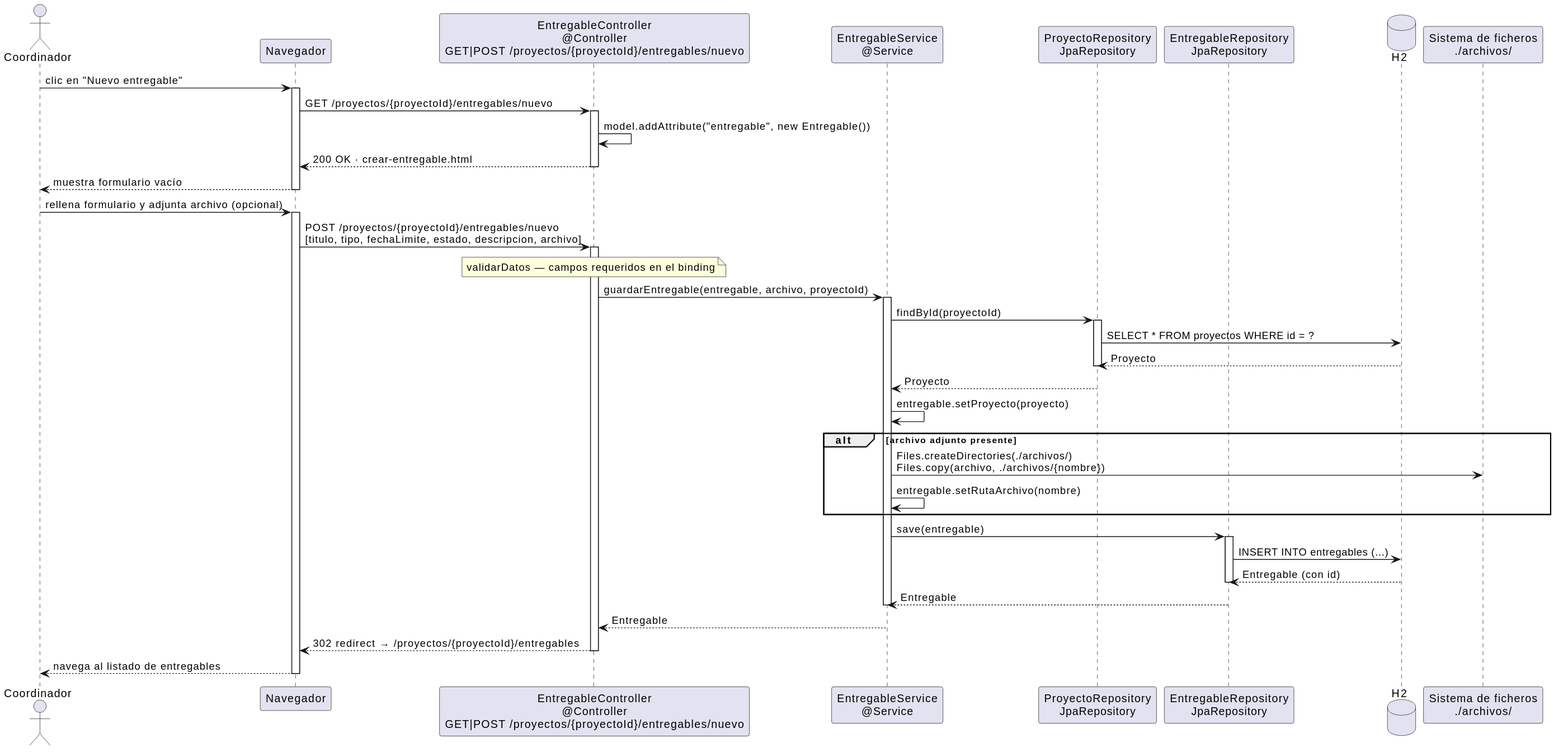
This is images/diseño/coordinador/crearEntregable-diseño.svg from 31Diego/25-26-idsw2-sdVC, a PlantUML export, as it was before one commit.
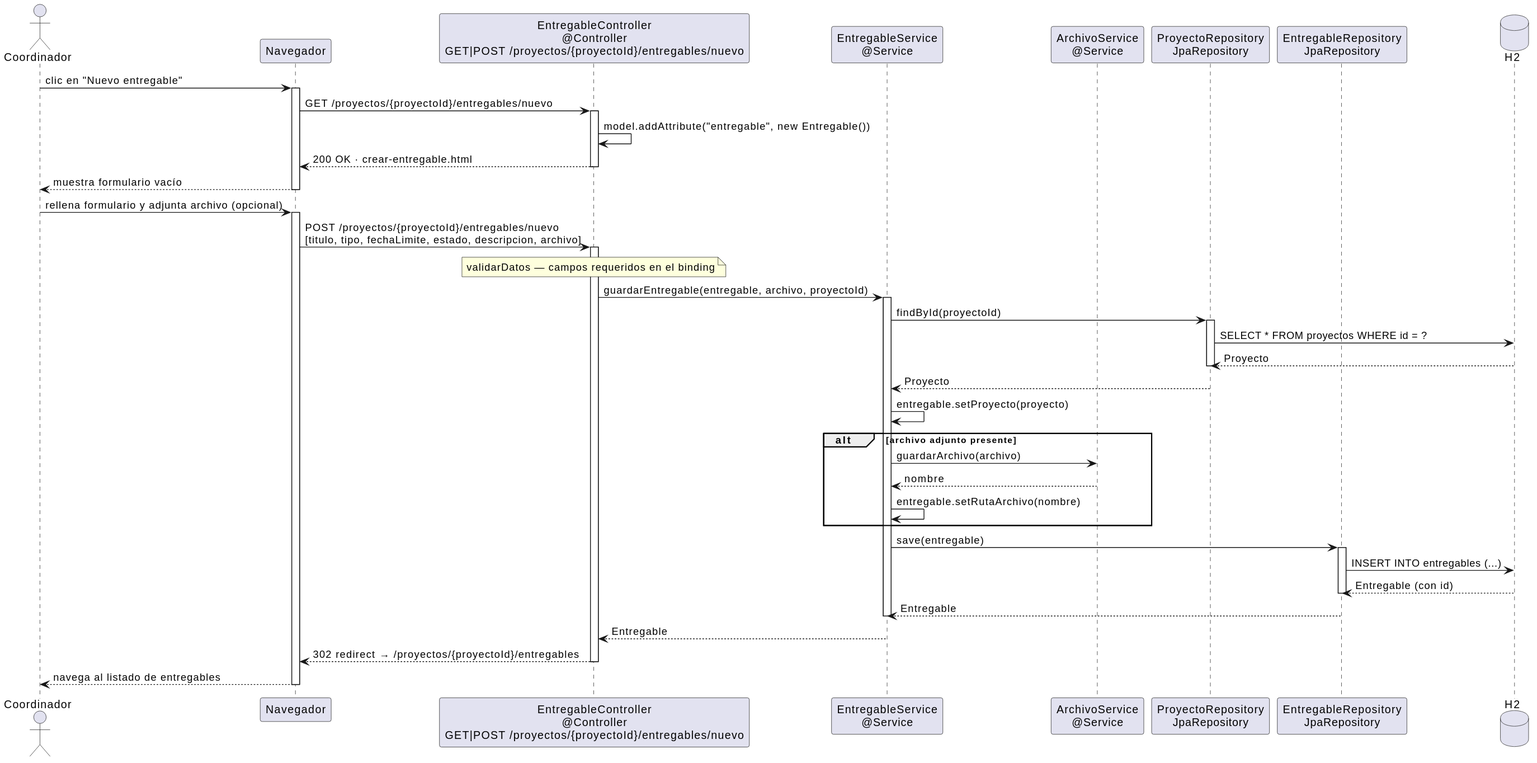
The same file after the commit.

Diff of the diagram source:
```diff
@@ -5,10 +5,10 @@
 participant "Navegador" as Nav
 participant "EntregableController\n@Controller\nGET|POST /proyectos/{proyectoId}/entregables/nuevo" as Ctrl
 participant "EntregableService\n@Service" as Service
+participant "ArchivoService\n@Service" as ArchivoSvc
 participant "ProyectoRepository\nJpaRepository" as ProyectoRepo
 participant "EntregableRepository\nJpaRepository" as Repo
 database "H2" as DB
-participant "Sistema de ficheros\n./archivos/" as FS
 
 Coord -> Nav : clic en "Nuevo entregable"
 activate Nav
@@ -38,7 +38,8 @@
 Service -> Service : entregable.setProyecto(proyecto)
 
 alt archivo adjunto presente
-    Service -> FS : Files.createDirectories(./archivos/)\nFiles.copy(archivo, ./archivos/{nombre})
+    Service -> ArchivoSvc : guardarArchivo(archivo)
+    ArchivoSvc --> Service : nombre
     Service -> Service : entregable.setRutaArchivo(nombre)
 end
 
```
